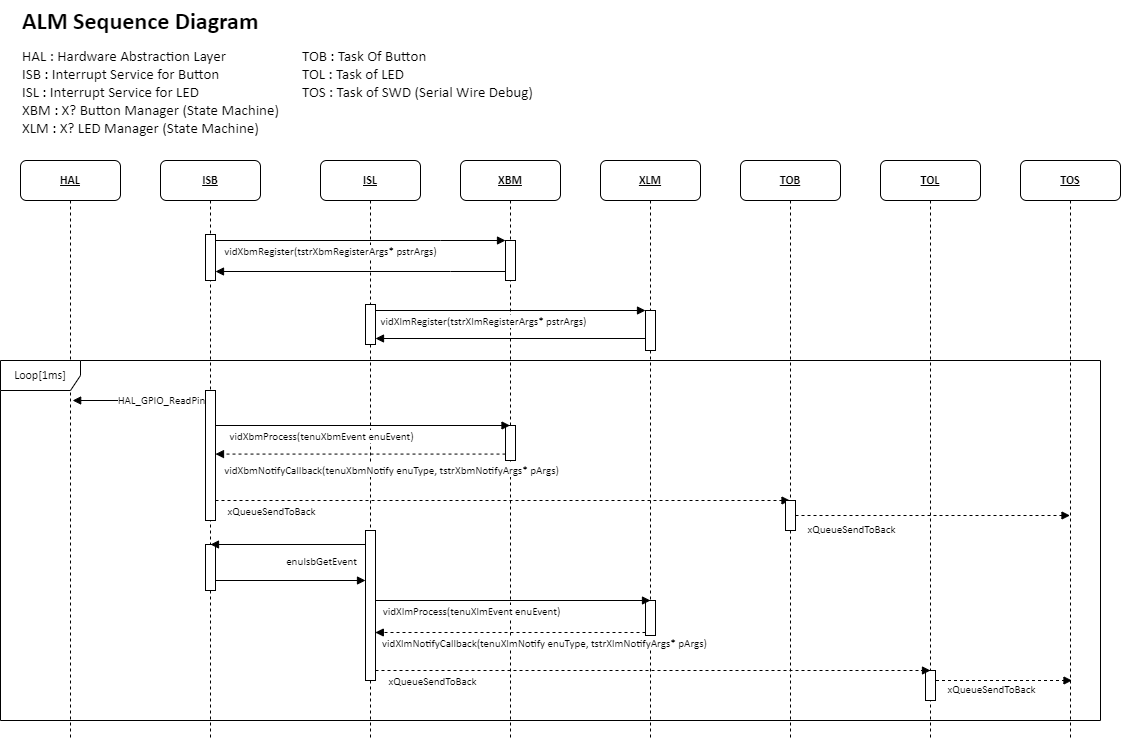
The draw.io diagram Resources/Part2/Part2_ALM_SequenceDiagram.drawio.png in gtuja/CSC_MS, before a commit. Source tidied: cells renumbered, new cells last; positions are measured from the earlier drawing's top-left corner, leaving out a move shared by most shapes.
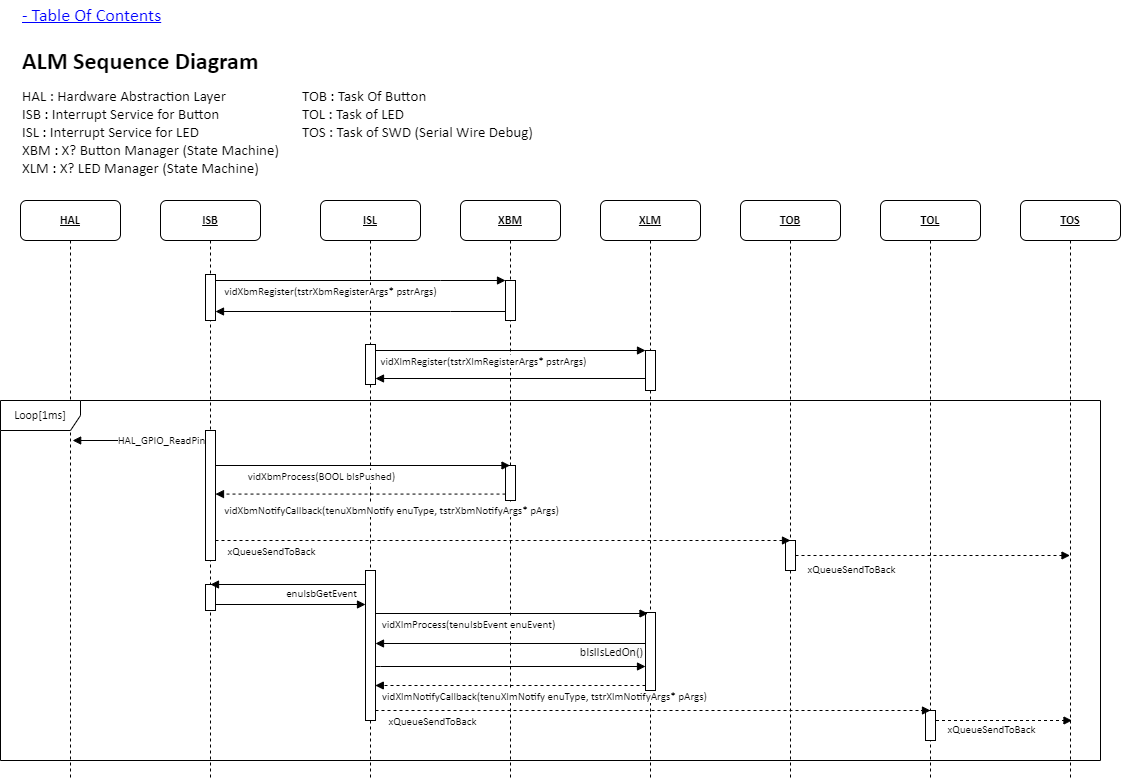
The same file after the commit.

What changed in the source:
```diff
@@ -8,19 +8,6 @@
     <mxCell id="3" value="ISL" style="shape=umlLifeline;perimeter=lifelinePerimeter;whiteSpace=wrap;html=1;rounded=1;shadow=0;comic=0;labelBackgroundColor=none;strokeWidth=1;fontFamily=Calibri;fontSize=12;align=center;fontStyle=5;" parent="1" vertex="1">
       <mxGeometry x="320" y="160" width="100" height="580" as="geometry" />
     </mxCell>
-    <mxCell id="4" style="html=1;verticalAlign=bottom;labelBackgroundColor=none;endArrow=block;endFill=1;rounded=0;exitX=0.985;exitY=0.923;exitDx=0;exitDy=0;exitPerimeter=0;dashed=1;fontFamily=Calibri;" parent="3" edge="1" target="13">
-      <mxGeometry relative="1" as="geometry">
-        <mxPoint x="-105" y="340" as="sourcePoint" />
-      </mxGeometry>
-    </mxCell>
-    <mxCell id="5" value="xQueueSendToBack" style="edgeLabel;html=1;align=center;verticalAlign=middle;fontFamily=Calibri;" parent="4" vertex="1">
-      <mxGeometry x="-0.16" y="-1" relative="1" as="geometry">
-        <mxPoint x="-186" y="9" as="offset" />
-      </mxGeometry>
-    </mxCell>
-    <mxCell id="6" style="html=1;perimeter=orthogonalPerimeter;targetShapes=umlLifeline;newEdgeStyle={&quot;curved&quot;:0,&quot;rounded&quot;:0};fontFamily=Calibri;" parent="3" vertex="1">
-      <mxGeometry x="45" y="370" width="10" height="150" as="geometry" />
-    </mxCell>
     <mxCell id="7" value="XBM" style="shape=umlLifeline;perimeter=lifelinePerimeter;whiteSpace=wrap;html=1;rounded=1;shadow=0;comic=0;labelBackgroundColor=none;strokeWidth=1;fontFamily=Calibri;fontSize=12;align=center;fontStyle=5;" parent="1" vertex="1">
       <mxGeometry x="460" y="160" width="100" height="580" as="geometry" />
     </mxCell>
@@ -40,9 +27,6 @@
     <mxCell id="11" value="XLM" style="shape=umlLifeline;perimeter=lifelinePerimeter;whiteSpace=wrap;html=1;rounded=1;shadow=0;comic=0;labelBackgroundColor=none;strokeWidth=1;fontFamily=Calibri;fontSize=12;align=center;fontStyle=5;" parent="1" vertex="1">
       <mxGeometry x="600" y="160" width="100" height="580" as="geometry" />
     </mxCell>
-    <mxCell id="12" style="html=1;points=[[0,0,0,0,5],[0,1,0,0,-5],[1,0,0,0,5],[1,1,0,0,-5]];perimeter=orthogonalPerimeter;outlineConnect=0;targetShapes=umlLifeline;portConstraint=eastwest;newEdgeStyle={&quot;curved&quot;:0,&quot;rounded&quot;:0};fontFamily=Calibri;" parent="11" vertex="1">
-      <mxGeometry x="45" y="440" width="10" height="35" as="geometry" />
-    </mxCell>
     <mxCell id="13" value="TOB" style="shape=umlLifeline;perimeter=lifelinePerimeter;whiteSpace=wrap;html=1;outlineConnect=0;rounded=1;shadow=0;comic=0;labelBackgroundColor=none;strokeWidth=1;fontFamily=Calibri;fontSize=12;align=center;fontStyle=5;" parent="1" vertex="1">
       <mxGeometry x="740" y="160" width="100" height="580" as="geometry" />
     </mxCell>
@@ -122,7 +106,7 @@
         <mxPoint x="509.5" y="425" as="targetPoint" />
       </mxGeometry>
     </mxCell>
-    <mxCell id="31" value="vidXbmProcess(tenuXbmEvent enuEvent)" style="edgeLabel;html=1;align=center;verticalAlign=middle;fontFamily=Calibri;" parent="30" vertex="1">
+    <mxCell id="31" value="vidXbmProcess(BOOL bIsPushed)" style="edgeLabel;html=1;align=center;verticalAlign=middle;fontFamily=Calibri;" parent="30" vertex="1">
       <mxGeometry x="-0.16" y="-1" relative="1" as="geometry">
         <mxPoint x="-15" y="9" as="offset" />
       </mxGeometry>
@@ -143,15 +127,15 @@
     </mxCell>
     <mxCell id="35" style="html=1;verticalAlign=bottom;labelBackgroundColor=none;endArrow=block;endFill=1;rounded=0;fontFamily=Calibri;" parent="1" edge="1">
       <mxGeometry relative="1" as="geometry">
-        <mxPoint x="205" y="580" as="sourcePoint" />
-        <mxPoint x="365" y="580" as="targetPoint" />
+        <mxPoint x="205" y="564" as="sourcePoint" />
+        <mxPoint x="365" y="564" as="targetPoint" />
         <Array as="points">
-          <mxPoint x="275.5" y="580" />
+          <mxPoint x="275.5" y="564" />
         </Array>
       </mxGeometry>
     </mxCell>
     <mxCell id="36" style="html=1;perimeter=orthogonalPerimeter;targetShapes=umlLifeline;newEdgeStyle={&quot;curved&quot;:0,&quot;rounded&quot;:0};fontFamily=Calibri;" parent="1" vertex="1">
-      <mxGeometry x="205" y="544" width="10" height="46" as="geometry" />
+      <mxGeometry x="205" y="544" width="10" height="26" as="geometry" />
     </mxCell>
     <mxCell id="37" style="html=1;verticalAlign=bottom;labelBackgroundColor=none;endArrow=block;endFill=1;rounded=0;fontFamily=Calibri;" parent="1" edge="1">
       <mxGeometry relative="1" as="geometry">
@@ -161,7 +145,7 @@
     </mxCell>
     <mxCell id="38" value="enuIsbGetEvent" style="edgeLabel;html=1;align=center;verticalAlign=middle;fontFamily=Calibri;" parent="37" vertex="1">
       <mxGeometry x="-0.16" y="-1" relative="1" as="geometry">
-        <mxPoint x="20" y="17" as="offset" />
+        <mxPoint x="20" y="9" as="offset" />
       </mxGeometry>
     </mxCell>
     <mxCell id="39" style="html=1;verticalAlign=bottom;labelBackgroundColor=none;endArrow=block;endFill=1;rounded=0;fontFamily=Calibri;" parent="1" edge="1" target="23">
@@ -169,20 +153,10 @@
         <mxPoint x="645" y="338" as="sourcePoint" />
       </mxGeometry>
     </mxCell>
-    <mxCell id="40" style="html=1;verticalAlign=bottom;labelBackgroundColor=none;endArrow=block;endFill=1;rounded=0;fontFamily=Calibri;" parent="1" edge="1">
-      <mxGeometry relative="1" as="geometry">
-        <mxPoint x="375" y="600" as="sourcePoint" />
-        <mxPoint x="650" y="600" as="targetPoint" />
-      </mxGeometry>
-    </mxCell>
-    <mxCell id="41" value="vidXlmProcess(tenuXlmEvent enuEvent)" style="edgeLabel;html=1;align=center;verticalAlign=middle;fontFamily=Calibri;" parent="40" vertex="1">
-      <mxGeometry x="-0.16" y="-1" relative="1" as="geometry">
-        <mxPoint x="-20" y="9" as="offset" />
-      </mxGeometry>
-    </mxCell>
-    <mxCell id="42" style="html=1;verticalAlign=bottom;labelBackgroundColor=none;endArrow=block;endFill=1;rounded=0;dashed=1;fontFamily=Calibri;" parent="1" edge="1" source="12">
+    <mxCell id="42" style="html=1;verticalAlign=bottom;labelBackgroundColor=none;endArrow=block;endFill=1;rounded=0;dashed=1;fontFamily=Calibri;" parent="1" edge="1">
       <mxGeometry relative="1" as="geometry">
-        <mxPoint x="374.8" y="632" as="targetPoint" />
+        <mxPoint x="645" y="645" as="sourcePoint" />
+        <mxPoint x="374.8" y="645" as="targetPoint" />
       </mxGeometry>
     </mxCell>
     <mxCell id="43" value="vidXlmNotifyCallback(tenuXlmNotify enuType, tstrXlmNotifyArgs* pArgs)" style="edgeLabel;html=1;align=center;verticalAlign=middle;fontFamily=Calibri;" parent="42" vertex="1">
@@ -221,5 +195,56 @@
     <mxCell id="51" value="&lt;div style=&quot;font-size: 15px;&quot;&gt;&lt;span style=&quot;font-size: 15px;&quot;&gt;TOB : Task Of Button&lt;/span&gt;&lt;/div&gt;&lt;div style=&quot;font-size: 15px;&quot;&gt;TOL : Task of LED&lt;br&gt;&lt;/div&gt;&lt;div style=&quot;font-size: 15px;&quot;&gt;&lt;div&gt;TOS : Task of SWD (Serial Wire Debug)&lt;/div&gt;&lt;/div&gt;" style="text;html=1;align=left;verticalAlign=top;whiteSpace=wrap;rounded=0;fontFamily=Calibri;labelBackgroundColor=default;fontSize=15;" parent="1" vertex="1">
       <mxGeometry x="300" y="40" width="260" height="70" as="geometry" />
     </mxCell>
+    <mxCell id="52" value="- Table Of Contents" style="text;html=1;align=left;verticalAlign=middle;whiteSpace=wrap;rounded=0;fontStyle=4;fontFamily=Calibri;fontSize=18;fontColor=#0000FF;" parent="1" vertex="1">
+      <mxGeometry x="20" y="-40" width="240" height="30" as="geometry" />
+    </mxCell>
+    <mxCell id="53" style="html=1;perimeter=orthogonalPerimeter;targetShapes=umlLifeline;newEdgeStyle={&quot;curved&quot;:0,&quot;rounded&quot;:0};fontFamily=Calibri;" parent="1" vertex="1">
+      <mxGeometry x="645" y="572" width="10" height="78" as="geometry" />
+    </mxCell>
+    <mxCell id="54" style="html=1;verticalAlign=bottom;labelBackgroundColor=none;endArrow=block;endFill=1;rounded=0;fontFamily=Calibri;" parent="1" edge="1">
+      <mxGeometry relative="1" as="geometry">
+        <mxPoint x="645" y="603" as="sourcePoint" />
+        <mxPoint x="375" y="603" as="targetPoint" />
+      </mxGeometry>
+    </mxCell>
+    <mxCell id="55" value="&lt;span style=&quot;font-size: 12px; text-align: left; background-color: rgb(251, 251, 251);&quot;&gt;bIslIsLedOn()&lt;/span&gt;" style="edgeLabel;html=1;align=center;verticalAlign=middle;fontFamily=Calibri;" parent="54" vertex="1">
+      <mxGeometry x="-0.16" y="-1" relative="1" as="geometry">
+        <mxPoint x="78" y="9" as="offset" />
+      </mxGeometry>
+    </mxCell>
+    <mxCell id="56" style="html=1;verticalAlign=bottom;labelBackgroundColor=none;endArrow=block;endFill=1;rounded=0;fontFamily=Calibri;" parent="1" edge="1">
+      <mxGeometry relative="1" as="geometry">
+        <mxPoint x="372.5" y="573" as="sourcePoint" />
+        <mxPoint x="647.5" y="573" as="targetPoint" />
+      </mxGeometry>
+    </mxCell>
+    <mxCell id="57" value="vidXlmProcess(tenuIsbEvent enuEvent)" style="edgeLabel;html=1;align=center;verticalAlign=middle;fontFamily=Calibri;" parent="56" vertex="1">
+      <mxGeometry x="-0.16" y="-1" relative="1" as="geometry">
+        <mxPoint x="-20" y="9" as="offset" />
+      </mxGeometry>
+    </mxCell>
+    <mxCell id="58" style="html=1;perimeter=orthogonalPerimeter;targetShapes=umlLifeline;newEdgeStyle={&quot;curved&quot;:0,&quot;rounded&quot;:0};fontFamily=Calibri;" parent="1" vertex="1">
+      <mxGeometry x="365" y="530" width="10" height="150" as="geometry" />
+    </mxCell>
+    <mxCell id="59" style="html=1;verticalAlign=bottom;labelBackgroundColor=none;endArrow=block;endFill=1;rounded=0;fontFamily=Calibri;" parent="1" edge="1">
+      <mxGeometry relative="1" as="geometry">
+        <mxPoint x="375" y="626" as="sourcePoint" />
+        <mxPoint x="645" y="626" as="targetPoint" />
+        <Array as="points">
+          <mxPoint x="380" y="626" />
+        </Array>
+      </mxGeometry>
+    </mxCell>
+    <mxCell id="60" style="html=1;verticalAlign=bottom;labelBackgroundColor=none;endArrow=block;endFill=1;rounded=0;exitX=0.985;exitY=0.923;exitDx=0;exitDy=0;exitPerimeter=0;dashed=1;fontFamily=Calibri;" parent="1" edge="1">
+      <mxGeometry relative="1" as="geometry">
+        <mxPoint x="215" y="500" as="sourcePoint" />
+        <mxPoint x="790" y="500" as="targetPoint" />
+      </mxGeometry>
+    </mxCell>
+    <mxCell id="5" value="xQueueSendToBack" style="edgeLabel;html=1;align=center;verticalAlign=middle;fontFamily=Calibri;" parent="60" vertex="1">
+      <mxGeometry x="-0.16" y="-1" relative="1" as="geometry">
+        <mxPoint x="-186" y="9" as="offset" />
+      </mxGeometry>
+    </mxCell>
   </root>
 </mxGraphModel>
```
